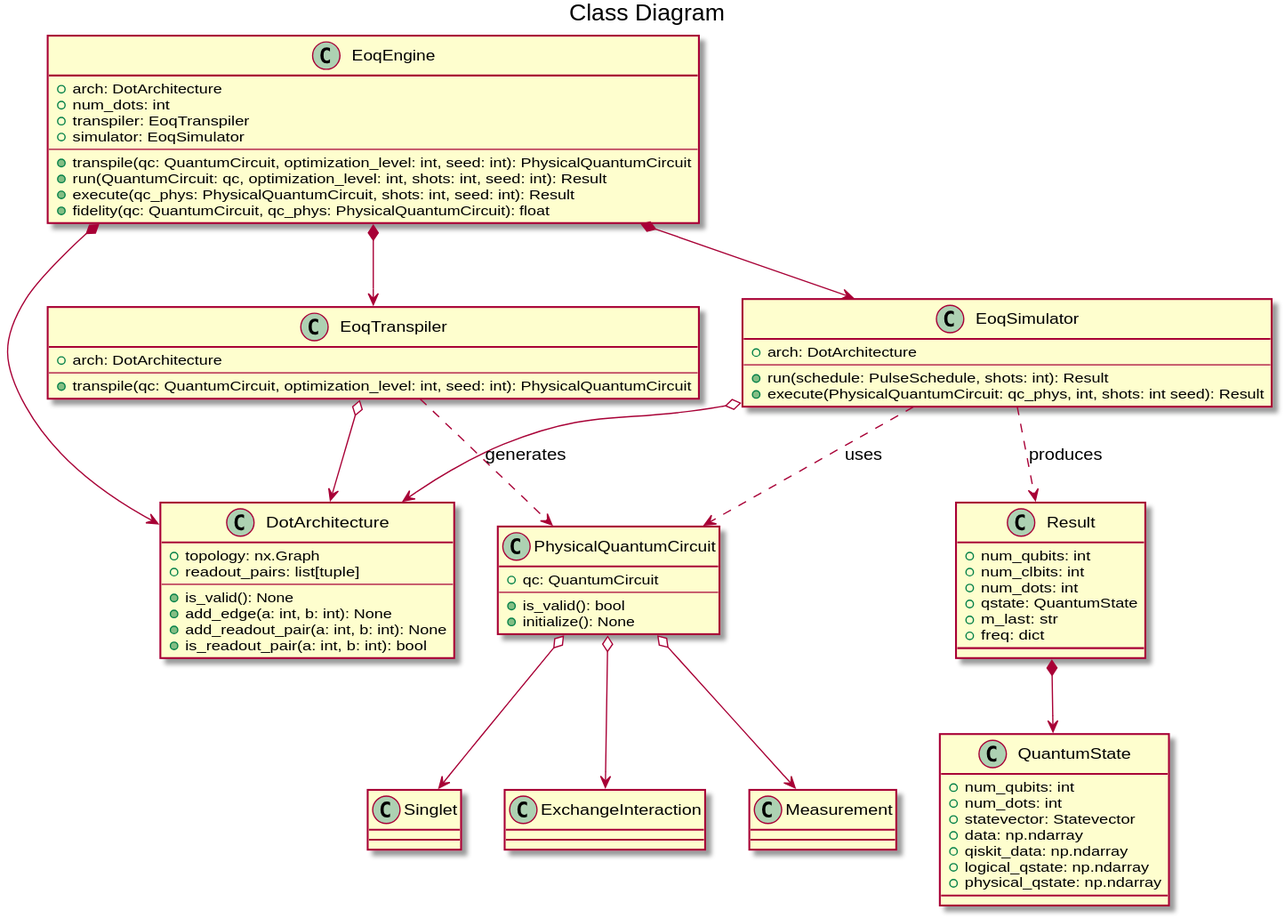
The PlantUML diagram docs/uml/class.svg in samn33/eoqrid, before a commit. Source of this version:
```plantuml
@startuml
title Class Diagram


EoqEngine *--> EoqTranspiler
EoqEngine *--> EoqSimulator
EoqEngine *--> DotArchitecture

EoqTranspiler o--> DotArchitecture
EoqSimulator o--> DotArchitecture

EoqTranspiler ..> PhysicalQuantumCircuit : generates
EoqSimulator ..> PhysicalQuantumCircuit : uses
EoqSimulator ..> Result : produces

Result *--> QuantumState

PhysicalQuantumCircuit o--> Singlet
PhysicalQuantumCircuit o--> ExchangeInteraction
PhysicalQuantumCircuit o--> Measurement


class EoqEngine {
  + arch: DotArchitecture
  + num_dots: int
  + transpiler: EoqTranspiler
  + simulator: EoqSimulator
  --
  + transpile(qc: QuantumCircuit, optimization_level: int, seed: int): PhysicalQuantumCircuit
  + run(QuantumCircuit: qc, optimization_level: int, shots: int, seed: int): Result
  + execute(qc_phys: PhysicalQuantumCircuit, shots: int, seed: int): Result
  + fidelity(qc: QuantumCircuit, qc_phys: PhysicalQuantumCircuit): float
}

class EoqTranspiler {
  + arch: DotArchitecture
  --
  + transpile(qc: QuantumCircuit, optimization_level: int, seed: int): PhysicalQuantumCircuit
}

class EoqSimulator {
  + arch: DotArchitecture
  --
  + run(schedule: PulseSchedule, shots: int): Result
  + execute(PhysicalQuantumCircuit: qc_phys, int, shots: int seed): Result
}

class PhysicalQuantumCircuit {
  + qc: QuantumCircuit
  --
  + is_valid(): bool
  + initialize(): None
}

class ExchangeInteraction {
}

class Measurement {
}

class Singlet {
}

class DotArchitecture {
  + topology: nx.Graph
  + readout_pairs: list[tuple]
  --
  + is_valid(): None
  + add_edge(a: int, b: int): None
  + add_readout_pair(a: int, b: int): None
  + is_readout_pair(a: int, b: int): bool
}

class Result {
  + num_qubits: int
  + num_clbits: int
  + num_dots: int
  + qstate: QuantumState
  + m_last: str
  + freq: dict
}

class QuantumState {
  + num_qubits: int
  + num_dots: int
  + statevector: Statevector
  + data: np.ndarray
  + qiskit_data: np.ndarray
  + logical_qstate: np.ndarray
  + physical_qstate: np.ndarray
}

@enduml
```
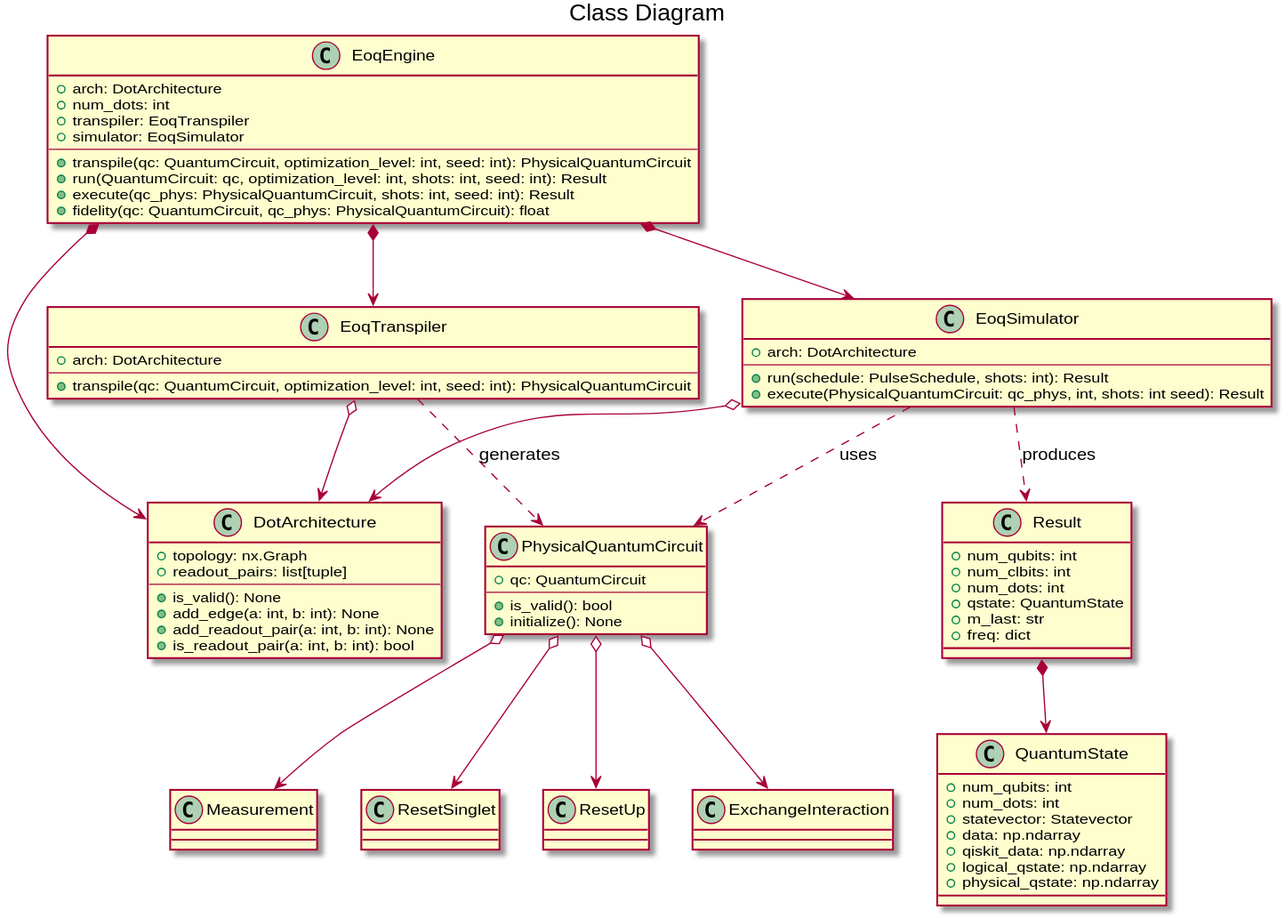
Above is the later version.

The edit, as a diff of the source:
```diff
@@ -15,7 +15,8 @@
 
 Result *--> QuantumState
 
-PhysicalQuantumCircuit o--> Singlet
+PhysicalQuantumCircuit o--> ResetSinglet
+PhysicalQuantumCircuit o--> ResetUp
 PhysicalQuantumCircuit o--> ExchangeInteraction
 PhysicalQuantumCircuit o--> Measurement
 
@@ -58,7 +59,10 @@
 class Measurement {
 }
 
-class Singlet {
+class ResetSinglet {
+}
+
+class ResetUp {
 }
 
 class DotArchitecture {
```
